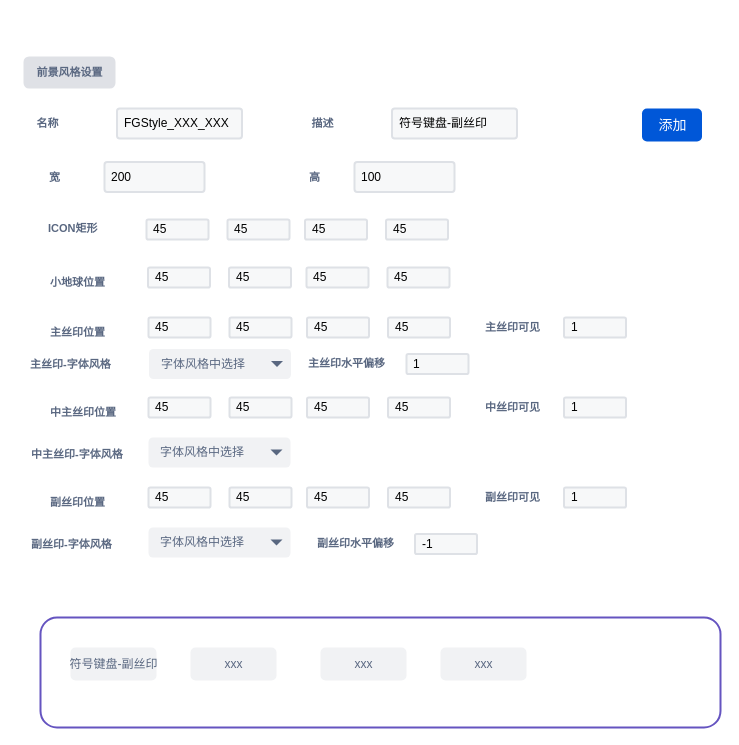
Before: layout-editor/前景风格设置.drawio in chonglv/charts, a draw.io diagram. Source tidied: cells renumbered, new cells numbered last; positions are measured from the earlier drawing's top-left corner, leaving out a move shared by most shapes. Both pictures are drawn from the tidied source at 100%, with x=0, y=0 at pixel (16, 57).
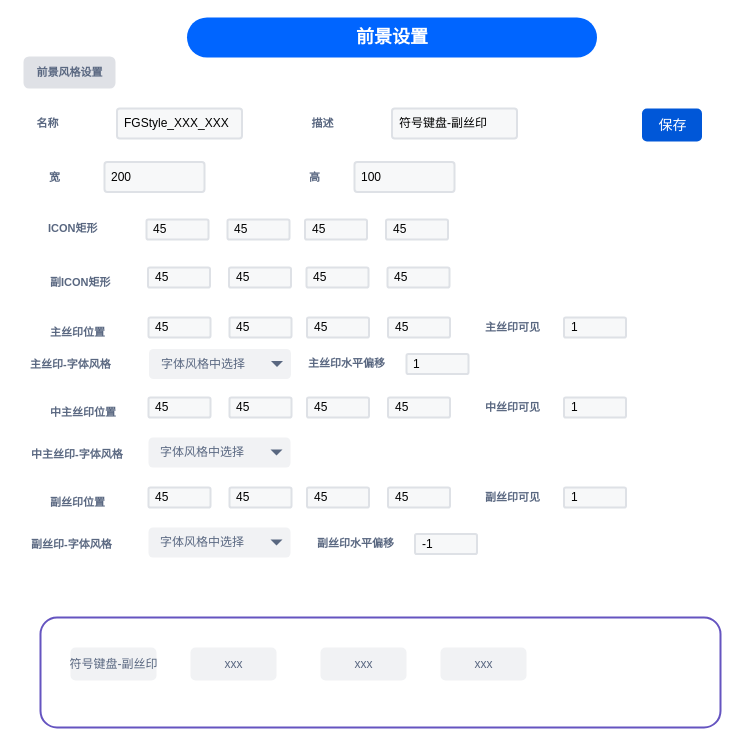
After the change.

Commit message:
更新前景风格设置.drawio

What changed in the source:
```diff
@@
-    <mxCell id="6" value="添加" style="rounded=1;fillColor=#0057D8;strokeColor=none;fontColor=#ffffff;align=center;verticalAlign=middle;fontStyle=0;fontSize=14;html=1;shadow=0;dashed=0;" parent="1" vertex="1">
+    <mxCell id="6" value="保存" style="rounded=1;fillColor=#0057D8;strokeColor=none;fontColor=#ffffff;align=center;verticalAlign=middle;fontStyle=0;fontSize=14;html=1;shadow=0;dashed=0;" parent="1" vertex="1">
       <mxGeometry x="625.5" y="51" width="60" height="33" as="geometry" />
     </mxCell>
@@
-    <mxCell id="18" value="小地球位置" style="fillColor=none;strokeColor=none;html=1;fontSize=11;fontStyle=0;align=left;fontColor=#596780;fontStyle=1;fontSize=11;" parent="1" vertex="1">
+    <mxCell id="18" value="副ICON矩形" style="fillColor=none;strokeColor=none;html=1;fontSize=11;fontStyle=0;align=left;fontColor=#596780;fontStyle=1;fontSize=11;" parent="1" vertex="1">
       <mxGeometry x="31.5" y="215" width="60" height="20" as="geometry" />
     </mxCell>
@@
+    <mxCell id="61" value="前景设置" style="rounded=1;fillColor=#0065FF;strokeColor=none;html=1;fontColor=#ffffff;align=center;verticalAlign=middle;whiteSpace=wrap;fontSize=18;fontStyle=1;arcSize=50;" parent="1" vertex="1">
+      <mxGeometry x="170.5" y="-40" width="410" height="40" as="geometry" />
+    </mxCell>
```
